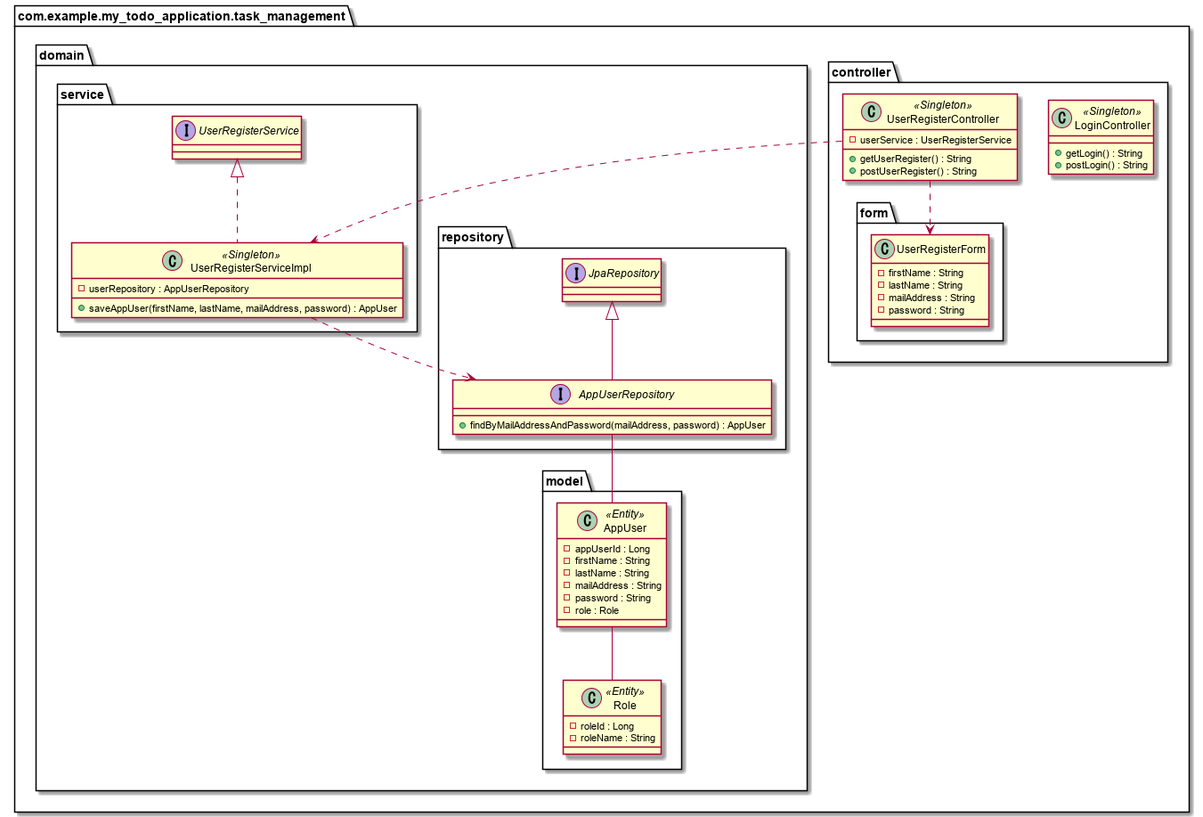
Above: plantuml/login_user_register_class.png in yasusi-1234/my_todo_application (PlantUML), before the change. Source of this version:
```plantuml
@startuml

package com.example.my_todo_application.task_management{

    package controller{

        class LoginController<<Singleton>>{
            + getLogin() : String
            + postLogin() : String
        }

        class UserRegisterController<<Singleton>>{
            - userService : UserRegisterService

            + getUserRegister() : String
            + postUserRegister() : String
        }

        package form{
            class UserRegisterForm{
                - firstName : String
                - lastName : String
                - mailAddress : String
                - password : String
            }
        }

    }

    package domain{

        package model{
            class AppUser <<Entity>>{
                - appUserId : Long
                - firstName : String
                - lastName : String
                - mailAddress : String
                - password : String
                - role : Role
            }

            class Role <<Entity>>{
                - roleId : Long
                - roleName : String
            }
        }

        package repository{
            interface AppUserRepository extends JpaRepository{
                + findByMailAddressAndPassword(mailAddress, password) : AppUser
            }
        }

        package service{
            interface UserRegisterService{}

            class UserRegisterServiceImpl<<Singleton>> implements UserRegisterService {
                - userRepository : AppUserRepository
                + saveAppUser(firstName, lastName, mailAddress, password) : AppUser

            }
        }
    }

}


UserRegisterServiceImpl ..> AppUserRepository

AppUserRepository -- AppUser
AppUser -- Role

UserRegisterController ..> UserRegisterServiceImpl
UserRegisterController ..> UserRegisterForm
@enduml
```
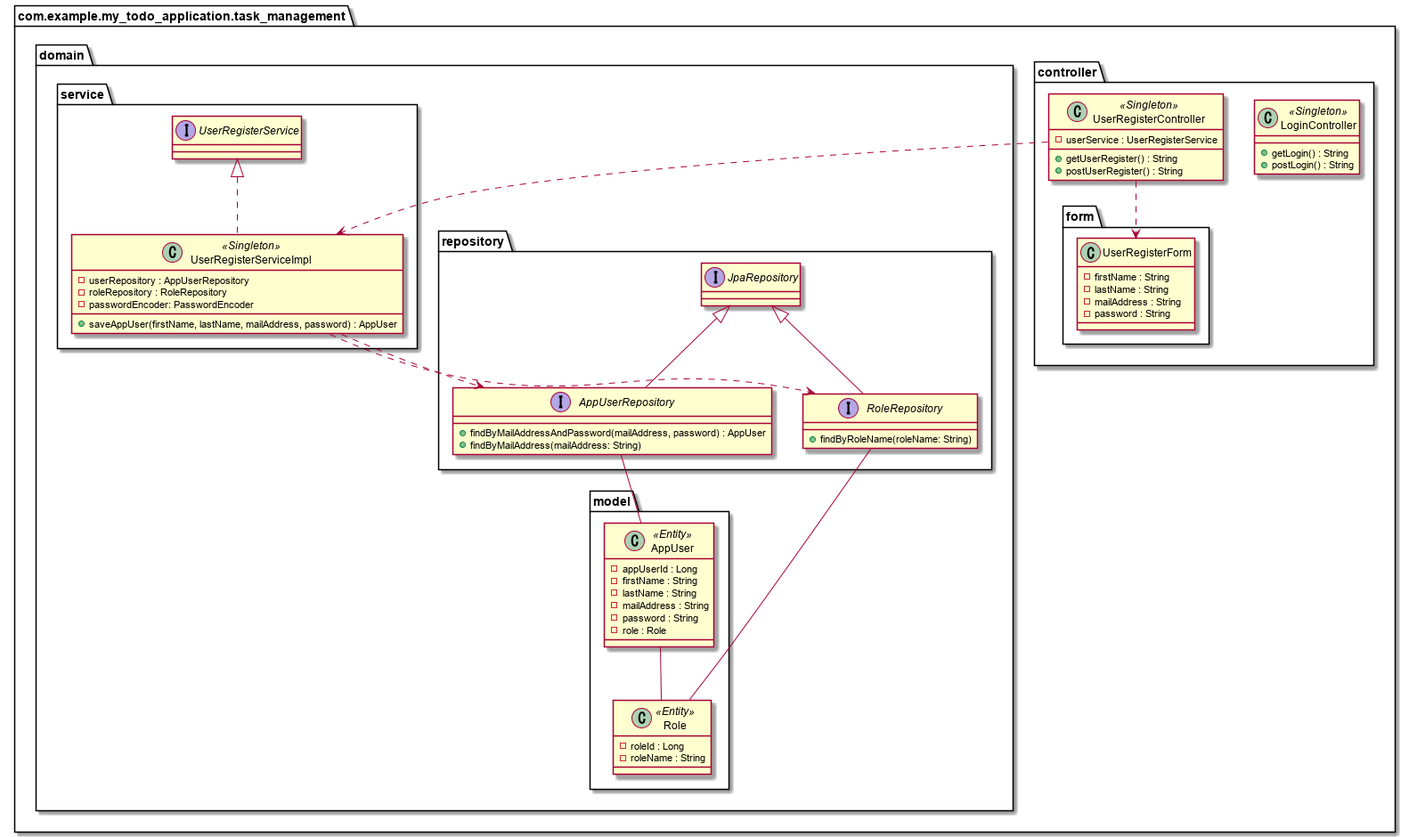
The same file after the commit.

Commit message:
ロールのリポジトリ―クラス追加

ユーザーリポジトリ―クラスのメソッド追加

What changed in the source:
```diff
@@ -48,6 +48,11 @@
         package repository{
             interface AppUserRepository extends JpaRepository{
                 + findByMailAddressAndPassword(mailAddress, password) : AppUser
+                + findByMailAddress(mailAddress: String)
+            }
+
+            interface RoleRepository extends JpaRepository{
+                + findByRoleName(roleName: String)
             }
         }
 
@@ -56,8 +61,9 @@
 
             class UserRegisterServiceImpl<<Singleton>> implements UserRegisterService {
                 - userRepository : AppUserRepository
+                - roleRepository : RoleRepository
+                - passwordEncoder: PasswordEncoder
                 + saveAppUser(firstName, lastName, mailAddress, password) : AppUser
-
             }
         }
     }
@@ -66,8 +72,10 @@
 
 
 UserRegisterServiceImpl ..> AppUserRepository
+UserRegisterServiceImpl ..> RoleRepository
 
 AppUserRepository -- AppUser
+RoleRepository -- Role
 AppUser -- Role
 
 UserRegisterController ..> UserRegisterServiceImpl
```
